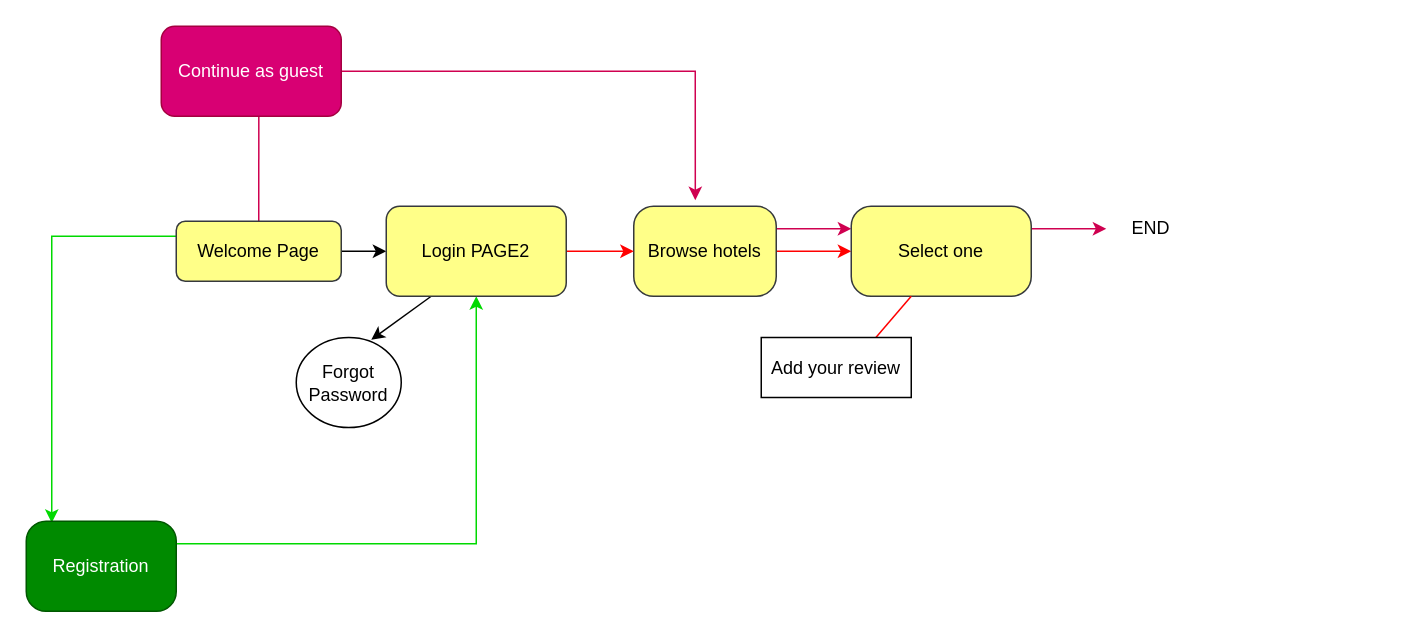
nazrin-aghayeva/review-lea-diagram keeps this draw.io diagram as Untitled Diagram.drawio. Above is the earlier version. Source tidied: cells renumbered, new cells numbered last; positions are measured from the earlier drawing's top-left corner, leaving out a move shared by most shapes. Both pictures are drawn from the tidied source at 150%, with x=0, y=0 at pixel (26, 26).
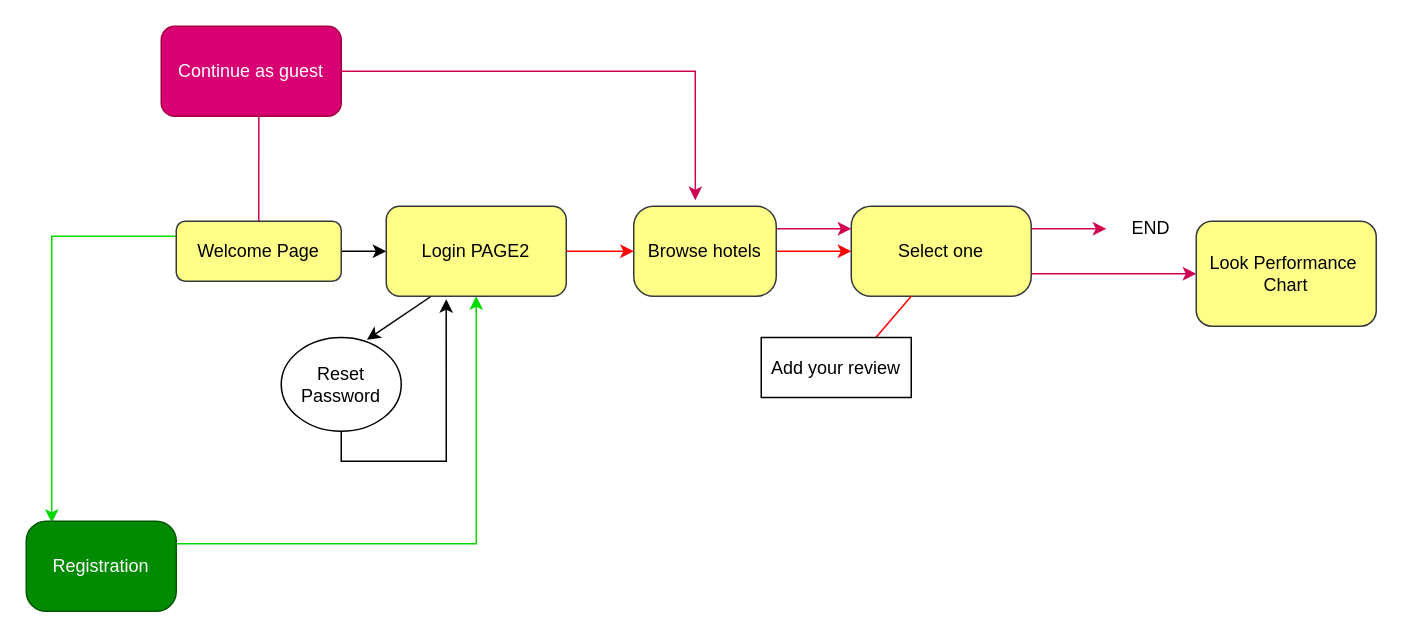
The same page after the edit.

Unchanged cells that the change refers to:
```xml
<mxCell id="12" value="Select one" style="whiteSpace=wrap;html=1;rounded=1;glass=0;strokeWidth=1;shadow=0;arcSize=22;fillColor=#ffff88;strokeColor=#36393d;" parent="1" vertex="1">
  <mxGeometry x="550" y="120" width="120" height="60" as="geometry" />
</mxCell>
<mxCell id="15" value="Login PAGE2" style="whiteSpace=wrap;html=1;rounded=1;glass=0;strokeWidth=1;shadow=0;fillColor=#ffff88;strokeColor=#36393d;" parent="1" vertex="1">
  <mxGeometry x="240" y="120" width="120" height="60" as="geometry" />
</mxCell>
```

What changed in the source:
```diff
@@
+    <mxCell id="22" style="rounded=0;jettySize=auto;html=1;exitX=1;exitY=0.75;exitDx=0;exitDy=0;strokeColor=#CF0050;" parent="1" edge="1" source="12" target="24">
+      <mxGeometry relative="1" as="geometry" />
+    </mxCell>
@@
+    <mxCell id="23" style="edgeStyle=orthogonalEdgeStyle;rounded=0;jettySize=auto;html=1;exitX=0.5;exitY=1;exitDx=0;exitDy=0;strokeColor=#000000;entryX=0.333;entryY=1.033;entryDx=0;entryDy=0;entryPerimeter=0;" parent="1" edge="1" source="16" target="15">
+      <mxGeometry relative="1" as="geometry" />
+    </mxCell>
-    <mxCell id="16" value="Forgot Password" style="ellipse;whiteSpace=wrap;html=1;rounded=1;glass=0;strokeWidth=1;shadow=0;" parent="1" vertex="1">
-      <mxGeometry x="180" y="207.5" width="70" height="60" as="geometry" />
+    <mxCell id="16" value="Reset Password" style="ellipse;whiteSpace=wrap;html=1;rounded=1;glass=0;strokeWidth=1;shadow=0;" parent="1" vertex="1">
+      <mxGeometry x="170" y="207.5" width="80" height="62.5" as="geometry" />
     </mxCell>
@@
+    <mxCell id="24" value="Look Performance&amp;nbsp;&lt;br&gt;Chart" style="rounded=1;whiteSpace=wrap;html=1;fillColor=#ffff88;strokeColor=#36393d;" parent="1" vertex="1">
+      <mxGeometry x="780" y="130" width="120" height="70" as="geometry" />
+    </mxCell>
```
